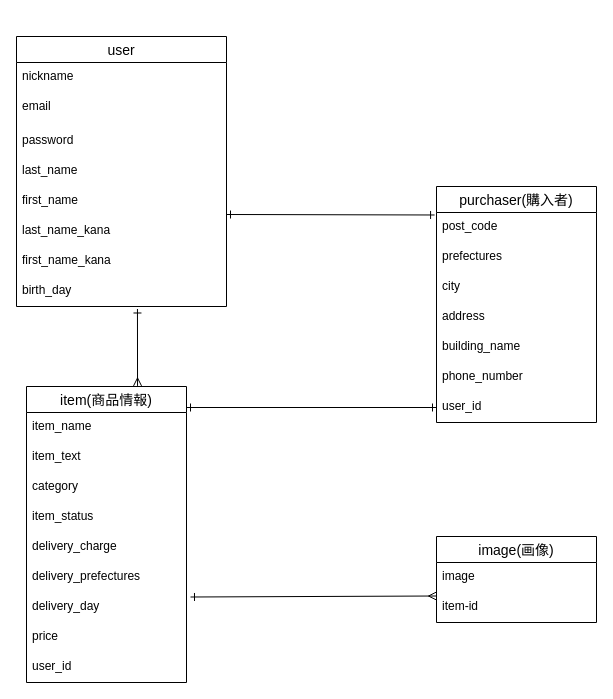
Before: furima.dio in roast000/furima-38246, a draw.io diagram. Source tidied: cells renumbered, new cells numbered last; positions are measured from the earlier drawing's top-left corner, leaving out a move shared by most shapes. Both pictures are drawn from the tidied source at 100%, with x=0, y=0 at pixel (16, 36).
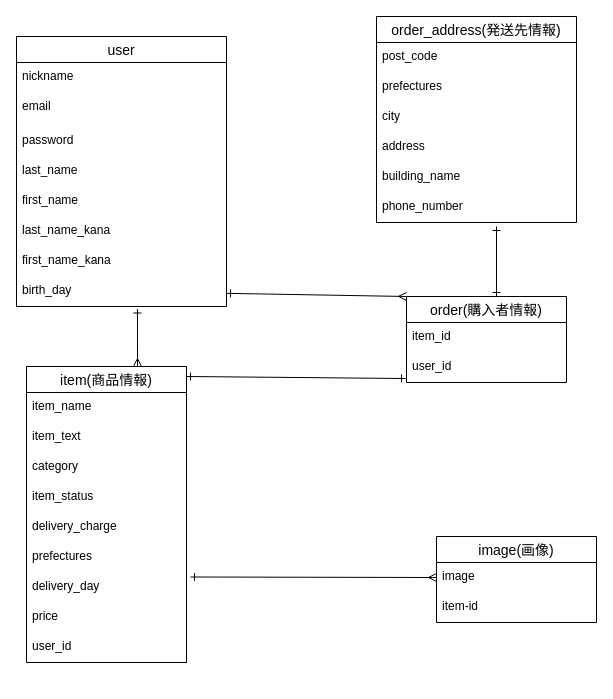
The same diagram, later.

The change refers to these unchanged cells:
```xml
<mxCell id="10" value="birth_day&#10;" style="text;strokeColor=none;fillColor=none;spacingLeft=4;spacingRight=4;overflow=hidden;points=[[0,0.5],[1,0.5]];portConstraint=eastwest;fontSize=12;" parent="2" vertex="1">
  <mxGeometry y="240" width="210" height="30" as="geometry" />
</mxCell>
<mxCell id="18" value="delivery_day" style="text;strokeColor=none;fillColor=none;spacingLeft=4;spacingRight=4;overflow=hidden;points=[[0,0.5],[1,0.5]];portConstraint=eastwest;fontSize=12;" parent="11" vertex="1">
  <mxGeometry y="206" width="160" height="30" as="geometry" />
</mxCell>
<mxCell id="31" value="image" style="text;strokeColor=none;fillColor=none;spacingLeft=4;spacingRight=4;overflow=hidden;points=[[0,0.5],[1,0.5]];portConstraint=eastwest;fontSize=12;" parent="30" vertex="1">
  <mxGeometry y="26" width="160" height="30" as="geometry" />
</mxCell>
<mxCell id="32" value="item-id" style="text;strokeColor=none;fillColor=none;spacingLeft=4;spacingRight=4;overflow=hidden;points=[[0,0.5],[1,0.5]];portConstraint=eastwest;fontSize=12;" parent="30" vertex="1">
  <mxGeometry y="56" width="160" height="30" as="geometry" />
</mxCell>
```

The edit, as a diff of the source:
```diff
@@
     <mxCell id="11" value="item(商品情報)" style="swimlane;fontStyle=0;horizontal=1;startSize=26;align=center;fontSize=14;" parent="1" vertex="1">
-      <mxGeometry x="10" y="350" width="160" height="296" as="geometry" />
+      <mxGeometry x="10" y="330" width="160" height="296" as="geometry" />
     </mxCell>
@@
-    <mxCell id="17" value="delivery_prefectures" style="text;strokeColor=none;fillColor=none;spacingLeft=4;spacingRight=4;overflow=hidden;fontSize=12;" parent="11" vertex="1">
+    <mxCell id="17" value="prefectures" style="text;strokeColor=none;fillColor=none;spacingLeft=4;spacingRight=4;overflow=hidden;fontSize=12;" parent="11" vertex="1">
       <mxGeometry y="176" width="160" height="30" as="geometry" />
     </mxCell>
@@
-    <mxCell id="21" value="purchaser(購入者)" style="swimlane;fontStyle=0;horizontal=1;startSize=26;align=center;fontSize=14;" parent="1" vertex="1">
-      <mxGeometry x="420" y="150" width="160" height="236" as="geometry" />
+    <mxCell id="21" value="order_address(発送先情報)" style="swimlane;fontStyle=0;horizontal=1;startSize=26;align=center;fontSize=14;" parent="1" vertex="1">
+      <mxGeometry x="360" y="-20" width="200" height="206" as="geometry" />
     </mxCell>
     <mxCell id="22" value="post_code" style="text;strokeColor=none;fillColor=none;spacingLeft=4;spacingRight=4;overflow=hidden;points=[[0,0.5],[1,0.5]];portConstraint=eastwest;fontSize=12;" parent="21" vertex="1">
-      <mxGeometry y="26" width="160" height="30" as="geometry" />
+      <mxGeometry y="26" width="200" height="30" as="geometry" />
     </mxCell>
     <mxCell id="23" value="prefectures" style="text;strokeColor=none;fillColor=none;spacingLeft=4;spacingRight=4;overflow=hidden;fontSize=12;" parent="21" vertex="1">
-      <mxGeometry y="56" width="160" height="30" as="geometry" />
+      <mxGeometry y="56" width="200" height="30" as="geometry" />
     </mxCell>
     <mxCell id="24" value="city" style="text;strokeColor=none;fillColor=none;spacingLeft=4;spacingRight=4;overflow=hidden;fontSize=12;" parent="21" vertex="1">
-      <mxGeometry y="86" width="160" height="30" as="geometry" />
+      <mxGeometry y="86" width="200" height="30" as="geometry" />
     </mxCell>
     <mxCell id="25" value="address" style="text;strokeColor=none;fillColor=none;spacingLeft=4;spacingRight=4;overflow=hidden;fontSize=12;" parent="21" vertex="1">
-      <mxGeometry y="116" width="160" height="30" as="geometry" />
+      <mxGeometry y="116" width="200" height="30" as="geometry" />
     </mxCell>
     <mxCell id="26" value="building_name" style="text;strokeColor=none;fillColor=none;spacingLeft=4;spacingRight=4;overflow=hidden;fontSize=12;" parent="21" vertex="1">
-      <mxGeometry y="146" width="160" height="30" as="geometry" />
+      <mxGeometry y="146" width="200" height="30" as="geometry" />
     </mxCell>
     <mxCell id="27" value="phone_number" style="text;strokeColor=none;fillColor=none;spacingLeft=4;spacingRight=4;overflow=hidden;fontSize=12;" parent="21" vertex="1">
-      <mxGeometry y="176" width="160" height="30" as="geometry" />
+      <mxGeometry y="176" width="200" height="30" as="geometry" />
     </mxCell>
-    <mxCell id="28" value="user_id" style="text;strokeColor=none;fillColor=none;spacingLeft=4;spacingRight=4;overflow=hidden;points=[[0,0.5],[1,0.5]];portConstraint=eastwest;fontSize=12;" parent="21" vertex="1">
-      <mxGeometry y="206" width="160" height="30" as="geometry" />
-    </mxCell>
-    <mxCell id="29" style="fontSize=12;html=1;endArrow=ERmany;startArrow=ERone;entryX=0.694;entryY=-0.002;entryDx=0;entryDy=0;entryPerimeter=0;exitX=0.576;exitY=1.083;exitDx=0;exitDy=0;exitPerimeter=0;startFill=0;endFill=0;" parent="1" edge="1" source="10" target="11">
-      <mxGeometry relative="1" as="geometry" />
+    <mxCell id="29" style="fontSize=12;html=1;endArrow=ERmany;startArrow=ERone;exitX=0.576;exitY=1.083;exitDx=0;exitDy=0;exitPerimeter=0;startFill=0;endFill=0;" parent="1" edge="1" source="10">
+      <mxGeometry relative="1" as="geometry">
+        <mxPoint x="121" y="330" as="targetPoint" />
+      </mxGeometry>
     </mxCell>
@@
-    <mxCell id="33" style="fontSize=12;html=1;endArrow=ERone;endFill=0;entryX=-0.012;entryY=0.083;entryDx=0;entryDy=0;entryPerimeter=0;startArrow=ERone;startFill=0;" parent="1" edge="1" target="22">
-      <mxGeometry relative="1" as="geometry">
-        <mxPoint x="210" y="178" as="sourcePoint" />
-      </mxGeometry>
+    <mxCell id="33" style="fontSize=12;html=1;endArrow=ERmany;endFill=0;entryX=0;entryY=0;entryDx=0;entryDy=0;startArrow=ERone;startFill=0;" parent="1" edge="1" source="10" target="36">
+      <mxGeometry relative="1" as="geometry" />
     </mxCell>
-    <mxCell id="34" style="fontSize=12;html=1;endArrow=ERmany;startArrow=ERone;entryX=0;entryY=0.117;entryDx=0;entryDy=0;entryPerimeter=0;startFill=0;endFill=0;exitX=1.025;exitY=0.15;exitDx=0;exitDy=0;exitPerimeter=0;" parent="1" edge="1" source="18" target="32">
+    <mxCell id="34" style="fontSize=12;html=1;endArrow=ERmany;startArrow=ERone;entryX=0;entryY=0.5;entryDx=0;entryDy=0;startFill=0;endFill=0;exitX=1.025;exitY=0.15;exitDx=0;exitDy=0;exitPerimeter=0;" parent="1" edge="1" source="18" target="31">
       <mxGeometry relative="1" as="geometry" />
     </mxCell>
-    <mxCell id="35" style="fontSize=12;html=1;endArrow=ERone;endFill=0;entryX=0;entryY=0.5;entryDx=0;entryDy=0;exitX=1.014;exitY=0.117;exitDx=0;exitDy=0;exitPerimeter=0;startArrow=ERone;startFill=0;" parent="1" edge="1" target="28">
+    <mxCell id="35" style="fontSize=12;html=1;endArrow=ERone;endFill=0;exitX=1.014;exitY=0.117;exitDx=0;exitDy=0;exitPerimeter=0;startArrow=ERone;startFill=0;entryX=-0.006;entryY=0.9;entryDx=0;entryDy=0;entryPerimeter=0;" parent="1" edge="1">
       <mxGeometry relative="1" as="geometry">
-        <mxPoint x="170" y="371" as="sourcePoint" />
+        <mxPoint x="170" y="340" as="sourcePoint" />
+        <mxPoint x="389" y="342" as="targetPoint" />
       </mxGeometry>
     </mxCell>
+    <mxCell id="36" value="order(購入者情報)" style="swimlane;fontStyle=0;horizontal=1;startSize=26;align=center;fontSize=14;" parent="1" vertex="1">
+      <mxGeometry x="390" y="260" width="160" height="86" as="geometry" />
+    </mxCell>
+    <mxCell id="37" value="item_id" style="text;strokeColor=none;fillColor=none;spacingLeft=4;spacingRight=4;overflow=hidden;fontSize=12;" parent="36" vertex="1">
+      <mxGeometry y="26" width="160" height="30" as="geometry" />
+    </mxCell>
+    <mxCell id="28" value="user_id" style="text;strokeColor=none;fillColor=none;spacingLeft=4;spacingRight=4;overflow=hidden;points=[[0,0.5],[1,0.5]];portConstraint=eastwest;fontSize=12;" parent="36" vertex="1">
+      <mxGeometry y="56" width="160" height="30" as="geometry" />
+    </mxCell>
+    <mxCell id="38" style="fontSize=12;html=1;endArrow=ERone;startArrow=ERone;startFill=0;endFill=0;" parent="1" edge="1">
+      <mxGeometry relative="1" as="geometry">
+        <mxPoint x="480" y="260" as="sourcePoint" />
+        <mxPoint x="480" y="190" as="targetPoint" />
+      </mxGeometry>
+    </mxCell>
```
